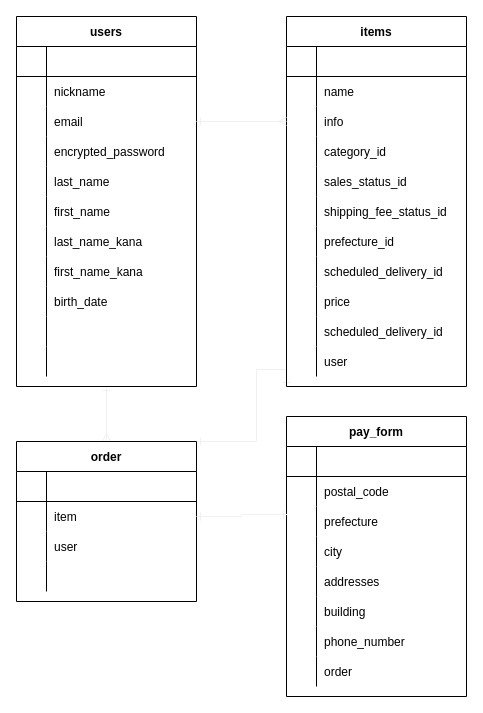
This is app/furima.dio from pukutan2021/furima-36257, a draw.io file, before an edit. Source tidied: cells renumbered, new cells numbered last; positions are measured from the earlier drawing's top-left corner, leaving out a move shared by most shapes. Both pictures are drawn from the tidied source at 100%, with x=0, y=0 at pixel (16, 16).
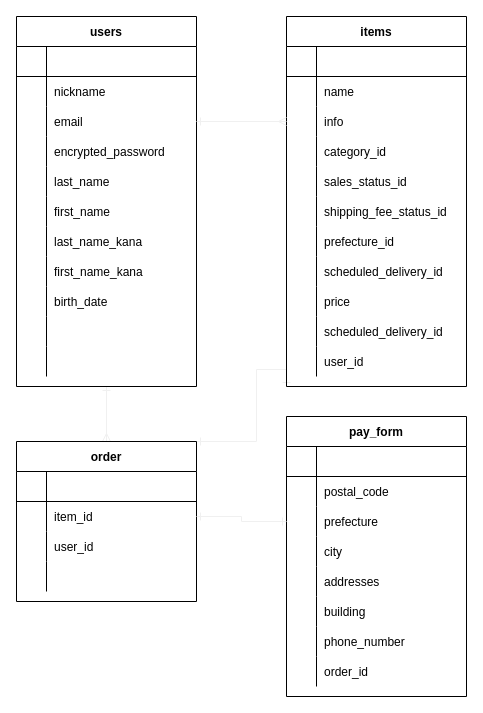
The same diagram, later.

Commit message (it also covers changes not shown here):
ER図とREADMEの修正0726

Unchanged cells that the change refers to:
```xml
<mxCell id="69" style="shape=partialRectangle;fillColor=none;top=0;left=0;bottom=0;right=0;" parent="38" vertex="1">
  <mxGeometry y="330" width="180" height="30" as="geometry" />
</mxCell>
<mxCell id="80" style="shape=partialRectangle;fillColor=none;top=0;left=0;bottom=0;right=0;points=[[0,0.5],[1,0.5]];portConstraint=eastwest;" parent="73" vertex="1">
  <mxGeometry y="90" width="180" height="30" as="geometry" />
</mxCell>
<mxCell id="95" style="shape=partialRectangle;fillColor=none;top=0;left=0;bottom=0;right=0;" parent="73" vertex="1">
  <mxGeometry y="240" width="180" height="30" as="geometry" />
</mxCell>
<mxCell id="102" style="shape=partialRectangle;fillColor=none;top=0;left=0;bottom=0;right=0;points=[[0,0.5],[1,0.5]];portConstraint=eastwest;" parent="98" vertex="1">
  <mxGeometry y="60" width="180" height="30" as="geometry" />
</mxCell>
<mxCell id="105" style="shape=partialRectangle;fillColor=none;top=0;left=0;bottom=0;right=0;" parent="98" vertex="1">
  <mxGeometry y="90" width="180" height="30" as="geometry" />
</mxCell>
```

Diff of the diagram source:
```diff
@@
-    <mxCell id="71" value="user" style="shape=partialRectangle;fillColor=none;top=0;left=0;bottom=0;right=0;align=left;spacingLeft=6;overflow=hidden;" parent="69" vertex="1">
+    <mxCell id="71" value="user_id" style="shape=partialRectangle;fillColor=none;top=0;left=0;bottom=0;right=0;align=left;spacingLeft=6;overflow=hidden;" parent="69" vertex="1">
       <mxGeometry x="30" width="150" height="30" as="geometry" />
     </mxCell>
@@
-    <mxCell id="97" value="order" style="shape=partialRectangle;fillColor=none;top=0;left=0;bottom=0;right=0;align=left;spacingLeft=6;overflow=hidden;" parent="95" vertex="1">
+    <mxCell id="97" value="order_id" style="shape=partialRectangle;fillColor=none;top=0;left=0;bottom=0;right=0;align=left;spacingLeft=6;overflow=hidden;" parent="95" vertex="1">
       <mxGeometry x="30" width="150" height="30" as="geometry" />
     </mxCell>
@@
-    <mxCell id="104" value="item" style="shape=partialRectangle;fillColor=none;top=0;left=0;bottom=0;right=0;align=left;spacingLeft=6;overflow=hidden;" parent="102" vertex="1">
+    <mxCell id="104" value="item_id" style="shape=partialRectangle;fillColor=none;top=0;left=0;bottom=0;right=0;align=left;spacingLeft=6;overflow=hidden;" parent="102" vertex="1">
       <mxGeometry x="30" width="150" height="30" as="geometry" />
     </mxCell>
@@
-    <mxCell id="107" value="user" style="shape=partialRectangle;fillColor=none;top=0;left=0;bottom=0;right=0;align=left;spacingLeft=6;overflow=hidden;" parent="105" vertex="1">
+    <mxCell id="107" value="user_id" style="shape=partialRectangle;fillColor=none;top=0;left=0;bottom=0;right=0;align=left;spacingLeft=6;overflow=hidden;" parent="105" vertex="1">
       <mxGeometry x="30" width="150" height="30" as="geometry" />
     </mxCell>
@@
-    <mxCell id="111" style="edgeStyle=orthogonalEdgeStyle;rounded=0;jettySize=auto;html=1;exitX=1;exitY=0.5;exitDx=0;exitDy=0;entryX=0.006;entryY=0.267;entryDx=0;entryDy=0;entryPerimeter=0;startArrow=ERone;startFill=0;endArrow=ERone;endFill=0;strokeColor=#f0f0f0;" parent="1" edge="1" source="102" target="80">
+    <mxCell id="111" style="edgeStyle=orthogonalEdgeStyle;rounded=0;jettySize=auto;html=1;exitX=1;exitY=0.5;exitDx=0;exitDy=0;entryX=0;entryY=0.5;entryDx=0;entryDy=0;startArrow=ERone;startFill=0;endArrow=ERone;endFill=0;strokeColor=#f0f0f0;" parent="1" edge="1" source="102" target="80">
       <mxGeometry relative="1" as="geometry" />
     </mxCell>
```
